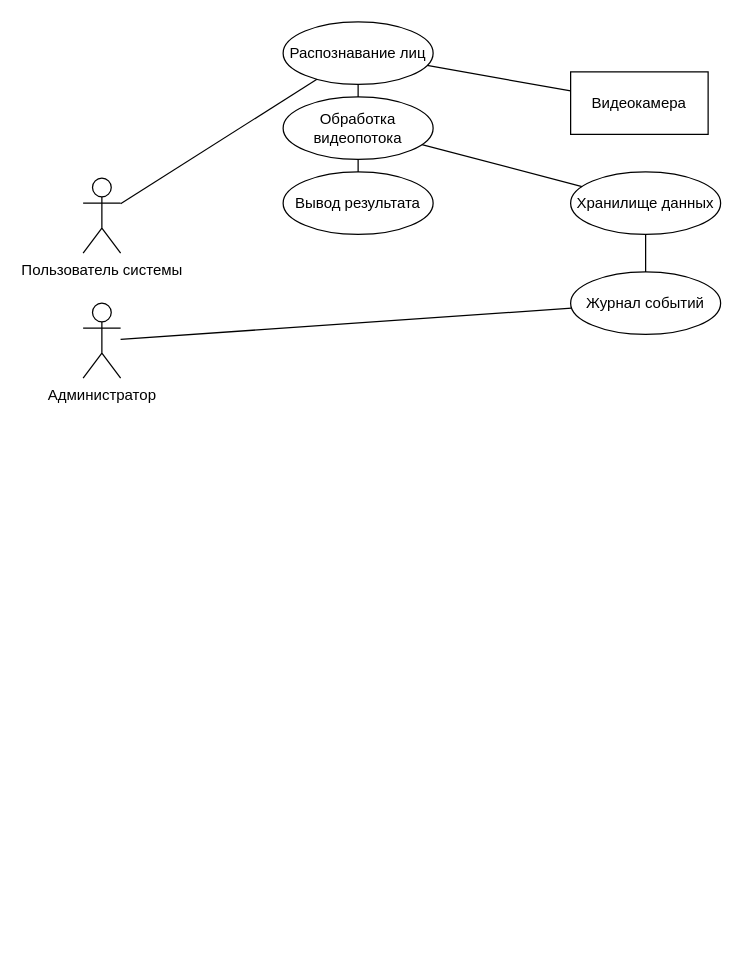
This is page "Use Case Diagram" (1 of 5) of diagrams.drawio from zarinatlupova/config-repo, a draw.io file, before an edit. Source tidied: cells renumbered, new cells numbered last; positions are measured from the earlier drawing's top-left corner, leaving out a move shared by most shapes. Both pictures are drawn from the tidied source at 125%, with x=0, y=0 at pixel (82, 21).
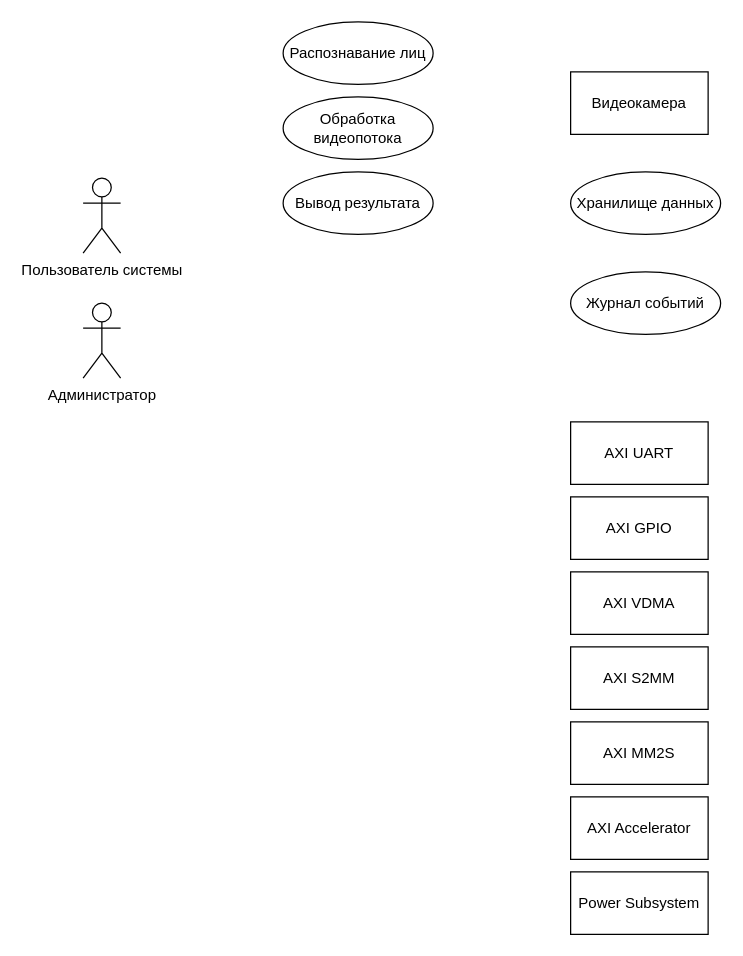
The same page after the edit.

Change to the diagram source:
```diff
@@
 <mxGraphModel>
   <root>
     <mxCell id="0" />
     <mxCell id="1" parent="0" />
     <mxCell id="2" value="Пользователь системы" style="shape=umlActor;verticalLabelPosition=bottom;verticalAlign=top;html=1;" parent="1" vertex="1">
       <mxGeometry y="125" width="30" height="60" as="geometry" />
     </mxCell>
     <mxCell id="3" value="Администратор" style="shape=umlActor;verticalLabelPosition=bottom;verticalAlign=top;html=1;" parent="1" vertex="1">
       <mxGeometry y="225" width="30" height="60" as="geometry" />
     </mxCell>
     <mxCell id="4" value="Видеокамера" style="html=1;whiteSpace=wrap;" parent="1" vertex="1">
       <mxGeometry x="390" y="40" width="110" height="50" as="geometry" />
     </mxCell>
+    <mxCell id="17" value="AXI UART" style="html=1;whiteSpace=wrap;" parent="1" vertex="1">
+      <mxGeometry x="390" y="320" width="110" height="50" as="geometry" />
+    </mxCell>
+    <mxCell id="18" value="AXI GPIO" style="html=1;whiteSpace=wrap;" parent="1" vertex="1">
+      <mxGeometry x="390" y="380" width="110" height="50" as="geometry" />
+    </mxCell>
+    <mxCell id="19" value="AXI VDMA" style="html=1;whiteSpace=wrap;" parent="1" vertex="1">
+      <mxGeometry x="390" y="440" width="110" height="50" as="geometry" />
+    </mxCell>
+    <mxCell id="20" value="AXI S2MM" style="html=1;whiteSpace=wrap;" parent="1" vertex="1">
+      <mxGeometry x="390" y="500" width="110" height="50" as="geometry" />
+    </mxCell>
+    <mxCell id="21" value="AXI MM2S" style="html=1;whiteSpace=wrap;" parent="1" vertex="1">
+      <mxGeometry x="390" y="560" width="110" height="50" as="geometry" />
+    </mxCell>
+    <mxCell id="22" value="AXI Accelerator" style="html=1;whiteSpace=wrap;" parent="1" vertex="1">
+      <mxGeometry x="390" y="620" width="110" height="50" as="geometry" />
+    </mxCell>
+    <mxCell id="23" value="Power Subsystem" style="html=1;whiteSpace=wrap;" parent="1" vertex="1">
+      <mxGeometry x="390" y="680" width="110" height="50" as="geometry" />
+    </mxCell>
     <mxCell id="5" value="Распознавание лиц" style="ellipse;whiteSpace=wrap;html=1;" parent="1" vertex="1">
       <mxGeometry x="160" width="120" height="50" as="geometry" />
     </mxCell>
     <mxCell id="6" value="Обработка видеопотока" style="ellipse;whiteSpace=wrap;html=1;" parent="1" vertex="1">
       <mxGeometry x="160" y="60" width="120" height="50" as="geometry" />
     </mxCell>
     <mxCell id="7" value="Хранилище данных" style="ellipse;whiteSpace=wrap;html=1;" parent="1" vertex="1">
       <mxGeometry x="390" y="120" width="120" height="50" as="geometry" />
     </mxCell>
     <mxCell id="8" value="Вывод результата" style="ellipse;whiteSpace=wrap;html=1;" parent="1" vertex="1">
       <mxGeometry x="160" y="120" width="120" height="50" as="geometry" />
     </mxCell>
     <mxCell id="9" value="Журнал событий" style="ellipse;whiteSpace=wrap;html=1;" parent="1" vertex="1">
       <mxGeometry x="390" y="200" width="120" height="50" as="geometry" />
     </mxCell>
-    <mxCell id="10" style="rounded=0;jettySize=auto;html=1;endArrow=none;endFill=0;" parent="1" edge="1" source="2" target="5">
-      <mxGeometry relative="1" as="geometry" />
-    </mxCell>
-    <mxCell id="11" style="rounded=0;jettySize=auto;html=1;endArrow=none;endFill=0;" parent="1" edge="1" source="3" target="9">
-      <mxGeometry relative="1" as="geometry" />
-    </mxCell>
-    <mxCell id="12" style="rounded=0;jettySize=auto;html=1;endArrow=none;endFill=0;" parent="1" edge="1" source="5" target="6">
-      <mxGeometry relative="1" as="geometry" />
-    </mxCell>
-    <mxCell id="13" style="rounded=0;jettySize=auto;html=1;endArrow=none;endFill=0;" parent="1" edge="1" source="6" target="8">
-      <mxGeometry relative="1" as="geometry" />
-    </mxCell>
-    <mxCell id="14" style="rounded=0;jettySize=auto;html=1;endArrow=none;endFill=0;" parent="1" edge="1" source="6" target="7">
-      <mxGeometry relative="1" as="geometry" />
-    </mxCell>
-    <mxCell id="15" style="rounded=0;jettySize=auto;html=1;endArrow=none;endFill=0;" parent="1" edge="1" source="4" target="5">
-      <mxGeometry relative="1" as="geometry" />
-    </mxCell>
-    <mxCell id="16" style="rounded=0;jettySize=auto;html=1;endArrow=none;endFill=0;" parent="1" edge="1" source="7" target="9">
-      <mxGeometry relative="1" as="geometry" />
-    </mxCell>
   </root>
 </mxGraphModel>
```
